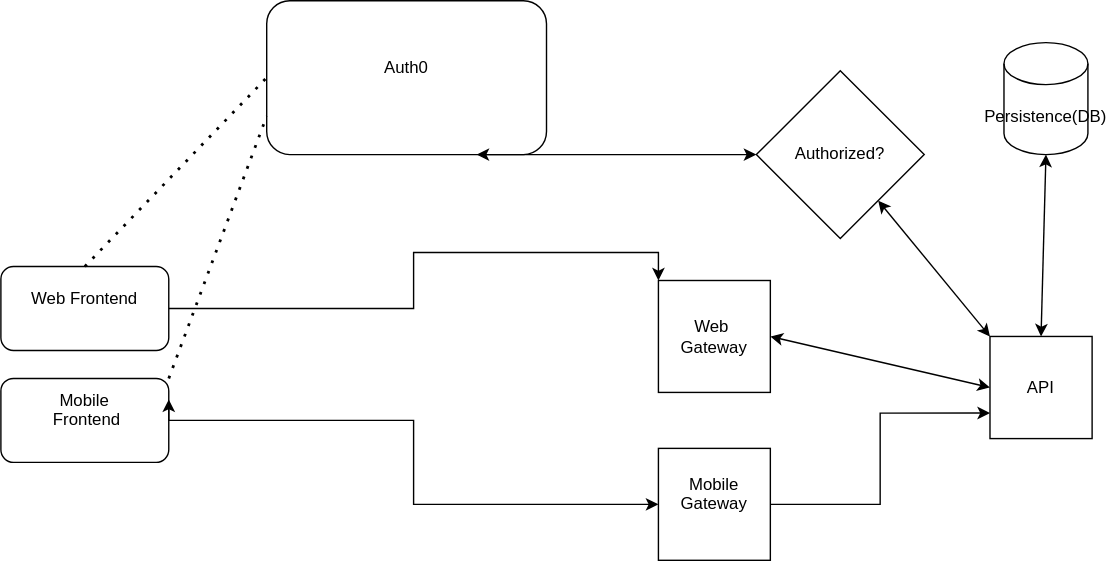
Above: src/user_role.drawio.svg in donprolad/sochub-test-backend (draw.io), before the change. Source tidied: cells renumbered, new cells last; positions are measured from the earlier drawing's top-left corner, leaving out a move shared by most shapes. The source it was exported from:
```xml
<mxGraphModel>
  <root>
    <mxCell id="0" />
    <mxCell id="1" parent="0" />
    <mxCell id="2" value="Auth0&lt;div&gt;&lt;br&gt;&lt;/div&gt;" style="rounded=1;whiteSpace=wrap;html=1;" parent="1" vertex="1">
      <mxGeometry x="190" width="200" height="110" as="geometry" />
    </mxCell>
    <mxCell id="3" value="Authorized?" style="rhombus;whiteSpace=wrap;html=1;" parent="1" vertex="1">
      <mxGeometry x="540" y="50" width="120" height="120" as="geometry" />
    </mxCell>
    <mxCell id="4" style="endArrow=classic;startArrow=classic;html=1;rounded=0;entryX=0;entryY=0.5;entryDx=0;entryDy=0;exitX=0.75;exitY=1;exitDx=0;exitDy=0;" parent="1" edge="1" source="2" target="3">
      <mxGeometry relative="1" as="geometry" />
    </mxCell>
    <mxCell id="5" value="Persistence(DB)" style="shape=cylinder3;whiteSpace=wrap;html=1;boundedLbl=1;backgroundOutline=1;size=15;" parent="1" vertex="1">
      <mxGeometry x="717" y="30" width="60" height="80" as="geometry" />
    </mxCell>
    <mxCell id="6" style="edgeStyle=orthogonalEdgeStyle;rounded=0;jettySize=auto;html=1;entryX=0;entryY=0;entryDx=0;entryDy=0;" parent="1" edge="1" source="7" target="11">
      <mxGeometry relative="1" as="geometry" />
    </mxCell>
    <mxCell id="7" value="Web Frontend&lt;div&gt;&lt;br&gt;&lt;/div&gt;" style="rounded=1;whiteSpace=wrap;html=1;" parent="1" vertex="1">
      <mxGeometry y="190" width="120" height="60" as="geometry" />
    </mxCell>
    <mxCell id="8" style="edgeStyle=orthogonalEdgeStyle;rounded=0;jettySize=auto;html=1;entryX=0;entryY=0.5;entryDx=0;entryDy=0;" parent="1" edge="1" source="9" target="18">
      <mxGeometry relative="1" as="geometry" />
    </mxCell>
    <mxCell id="9" value="Mobile&lt;div&gt;&amp;nbsp;Frontend&lt;div&gt;&lt;br&gt;&lt;/div&gt;&lt;/div&gt;" style="rounded=1;whiteSpace=wrap;html=1;" parent="1" vertex="1">
      <mxGeometry y="270" width="120" height="60" as="geometry" />
    </mxCell>
    <mxCell id="10" value="API" style="whiteSpace=wrap;html=1;" parent="1" vertex="1">
      <mxGeometry x="707" y="240" width="73" height="73" as="geometry" />
    </mxCell>
    <mxCell id="11" value="Web&amp;nbsp;&lt;div&gt;Gateway&lt;/div&gt;" style="whiteSpace=wrap;html=1;" parent="1" vertex="1">
      <mxGeometry x="470" y="200" width="80" height="80" as="geometry" />
    </mxCell>
    <mxCell id="12" style="edgeStyle=orthogonalEdgeStyle;rounded=0;orthogonalLoop=1;jettySize=auto;html=1;exitX=1;exitY=0.5;exitDx=0;exitDy=0;entryX=1;entryY=0.25;entryDx=0;entryDy=0;" parent="1" edge="1" source="9" target="9">
      <mxGeometry relative="1" as="geometry" />
    </mxCell>
    <mxCell id="13" style="endArrow=classic;startArrow=classic;html=1;rounded=0;entryX=0;entryY=0.5;entryDx=0;entryDy=0;exitX=1;exitY=0.5;exitDx=0;exitDy=0;" parent="1" edge="1" source="11" target="10">
      <mxGeometry relative="1" as="geometry" />
    </mxCell>
    <mxCell id="14" style="endArrow=none;dashed=1;html=1;dashPattern=1 3;strokeWidth=2;rounded=0;entryX=0;entryY=0.5;entryDx=0;entryDy=0;exitX=0.5;exitY=0;exitDx=0;exitDy=0;" parent="1" edge="1" source="7" target="2">
      <mxGeometry relative="1" as="geometry" />
    </mxCell>
    <mxCell id="15" style="endArrow=none;dashed=1;html=1;dashPattern=1 3;strokeWidth=2;rounded=0;exitX=1;exitY=0;exitDx=0;exitDy=0;entryX=0;entryY=0.75;entryDx=0;entryDy=0;" parent="1" edge="1" source="9" target="2">
      <mxGeometry relative="1" as="geometry" />
    </mxCell>
    <mxCell id="16" style="endArrow=classic;startArrow=classic;html=1;rounded=0;entryX=0;entryY=0;entryDx=0;entryDy=0;" parent="1" edge="1" source="3" target="10">
      <mxGeometry relative="1" as="geometry" />
    </mxCell>
    <mxCell id="17" style="edgeStyle=orthogonalEdgeStyle;rounded=0;jettySize=auto;html=1;exitX=1;exitY=0.5;exitDx=0;exitDy=0;entryX=0;entryY=0.75;entryDx=0;entryDy=0;" parent="1" edge="1" source="18" target="10">
      <mxGeometry relative="1" as="geometry" />
    </mxCell>
    <mxCell id="18" value="Mobile Gateway&lt;div&gt;&lt;br&gt;&lt;/div&gt;" style="whiteSpace=wrap;html=1;" parent="1" vertex="1">
      <mxGeometry x="470" y="320" width="80" height="80" as="geometry" />
    </mxCell>
    <mxCell id="19" style="endArrow=classic;startArrow=classic;html=1;rounded=0;entryX=0.5;entryY=1;entryDx=0;entryDy=0;entryPerimeter=0;exitX=0.5;exitY=0;exitDx=0;exitDy=0;" parent="1" edge="1" source="10" target="5">
      <mxGeometry relative="1" as="geometry" />
    </mxCell>
  </root>
</mxGraphModel>
```
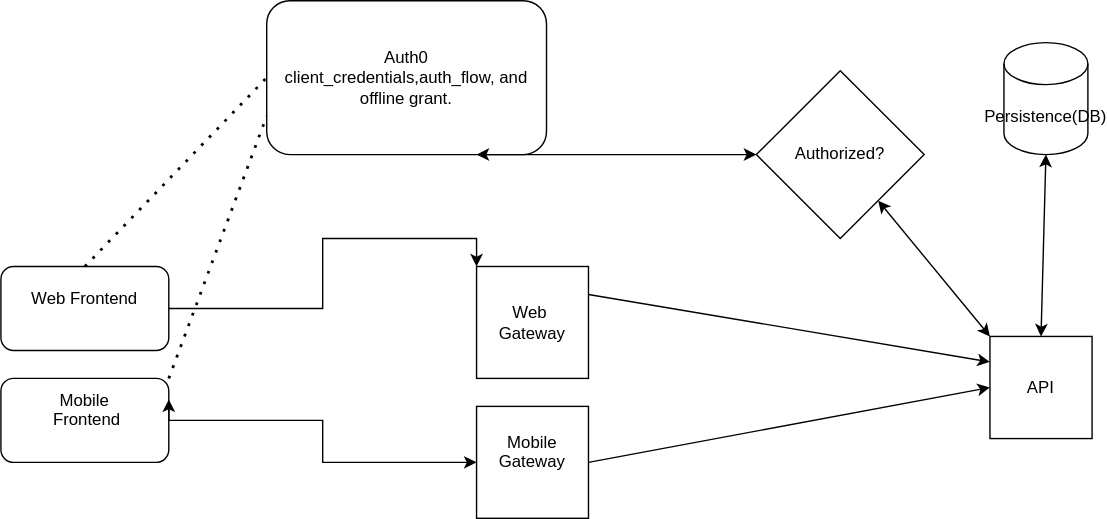
The same file after the commit.

The edit, as a diff of the source:
```diff
@@ -2,7 +2,7 @@
   <root>
     <mxCell id="0" />
     <mxCell id="1" parent="0" />
-    <mxCell id="2" value="Auth0&lt;div&gt;&lt;br&gt;&lt;/div&gt;" style="rounded=1;whiteSpace=wrap;html=1;" parent="1" vertex="1">
+    <mxCell id="2" value="Auth0&lt;div&gt;client_credentials,auth_flow, and offline grant.&lt;/div&gt;" style="rounded=1;whiteSpace=wrap;html=1;" parent="1" vertex="1">
       <mxGeometry x="190" width="200" height="110" as="geometry" />
     </mxCell>
     <mxCell id="3" value="Authorized?" style="rhombus;whiteSpace=wrap;html=1;" parent="1" vertex="1">
@@ -30,14 +30,11 @@
       <mxGeometry x="707" y="240" width="73" height="73" as="geometry" />
     </mxCell>
     <mxCell id="11" value="Web&amp;nbsp;&lt;div&gt;Gateway&lt;/div&gt;" style="whiteSpace=wrap;html=1;" parent="1" vertex="1">
-      <mxGeometry x="470" y="200" width="80" height="80" as="geometry" />
+      <mxGeometry x="340" y="190" width="80" height="80" as="geometry" />
     </mxCell>
     <mxCell id="12" style="edgeStyle=orthogonalEdgeStyle;rounded=0;orthogonalLoop=1;jettySize=auto;html=1;exitX=1;exitY=0.5;exitDx=0;exitDy=0;entryX=1;entryY=0.25;entryDx=0;entryDy=0;" parent="1" edge="1" source="9" target="9">
       <mxGeometry relative="1" as="geometry" />
     </mxCell>
-    <mxCell id="13" style="endArrow=classic;startArrow=classic;html=1;rounded=0;entryX=0;entryY=0.5;entryDx=0;entryDy=0;exitX=1;exitY=0.5;exitDx=0;exitDy=0;" parent="1" edge="1" source="11" target="10">
-      <mxGeometry relative="1" as="geometry" />
-    </mxCell>
     <mxCell id="14" style="endArrow=none;dashed=1;html=1;dashPattern=1 3;strokeWidth=2;rounded=0;entryX=0;entryY=0.5;entryDx=0;entryDy=0;exitX=0.5;exitY=0;exitDx=0;exitDy=0;" parent="1" edge="1" source="7" target="2">
       <mxGeometry relative="1" as="geometry" />
     </mxCell>
@@ -47,14 +44,17 @@
     <mxCell id="16" style="endArrow=classic;startArrow=classic;html=1;rounded=0;entryX=0;entryY=0;entryDx=0;entryDy=0;" parent="1" edge="1" source="3" target="10">
       <mxGeometry relative="1" as="geometry" />
     </mxCell>
-    <mxCell id="17" style="edgeStyle=orthogonalEdgeStyle;rounded=0;jettySize=auto;html=1;exitX=1;exitY=0.5;exitDx=0;exitDy=0;entryX=0;entryY=0.75;entryDx=0;entryDy=0;" parent="1" edge="1" source="18" target="10">
-      <mxGeometry relative="1" as="geometry" />
-    </mxCell>
     <mxCell id="18" value="Mobile Gateway&lt;div&gt;&lt;br&gt;&lt;/div&gt;" style="whiteSpace=wrap;html=1;" parent="1" vertex="1">
-      <mxGeometry x="470" y="320" width="80" height="80" as="geometry" />
+      <mxGeometry x="340" y="290" width="80" height="80" as="geometry" />
     </mxCell>
     <mxCell id="19" style="endArrow=classic;startArrow=classic;html=1;rounded=0;entryX=0.5;entryY=1;entryDx=0;entryDy=0;entryPerimeter=0;exitX=0.5;exitY=0;exitDx=0;exitDy=0;" parent="1" edge="1" source="10" target="5">
       <mxGeometry relative="1" as="geometry" />
     </mxCell>
+    <mxCell id="13" style="endArrow=classic;html=1;rounded=0;entryX=0;entryY=0.25;entryDx=0;entryDy=0;exitX=1;exitY=0.25;exitDx=0;exitDy=0;" parent="1" edge="1" source="11" target="10">
+      <mxGeometry relative="1" as="geometry" />
+    </mxCell>
+    <mxCell id="17" style="endArrow=classic;html=1;rounded=0;entryX=0;entryY=0.5;entryDx=0;entryDy=0;exitX=1;exitY=0.5;exitDx=0;exitDy=0;" parent="1" edge="1" source="18" target="10">
+      <mxGeometry relative="1" as="geometry" />
+    </mxCell>
   </root>
 </mxGraphModel>
```
